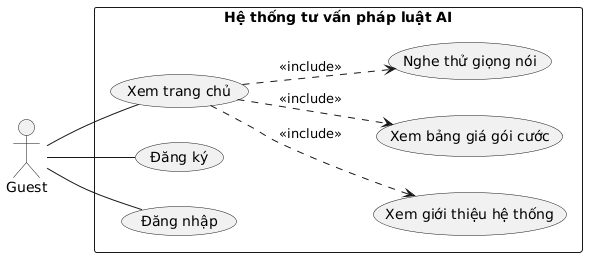
Above: temp/00-UseCase/UML-UseCase-overview.png in 20206205Tech/docs-uml (PlantUML), before the change.
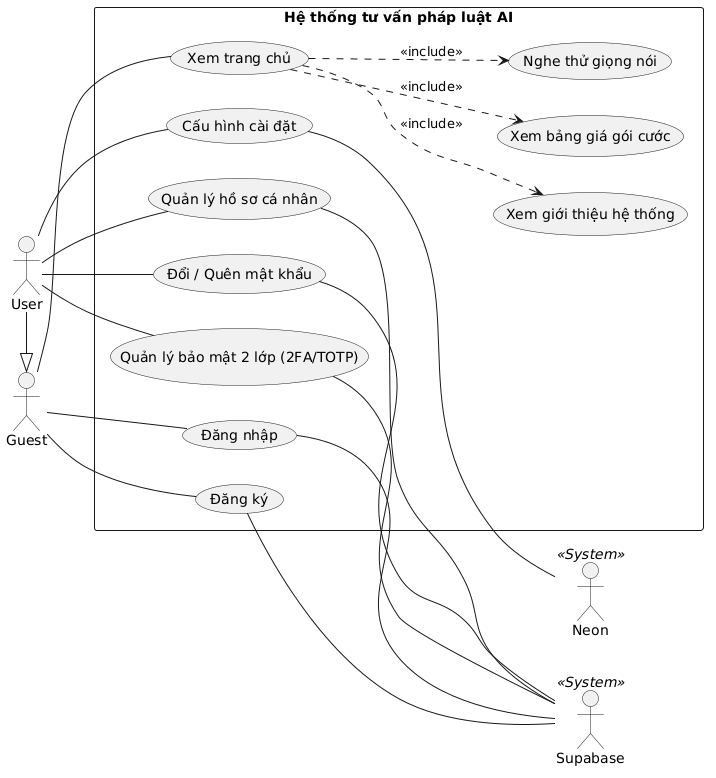
The same diagram one commit later.

Diff of the diagram source:
```diff
@@ -3,7 +3,16 @@
 skinparam packageStyle rectangle
 skinparam shadowing false
 
+actor "User" as User
 actor "Guest" as Guest
+
+actor "Supabase"   as Supabase   << System >>
+actor "Neon"       as Neon       << System >>
+
+
+User  -|> Guest
+
+
 
 rectangle "Hệ thống tư vấn pháp luật AI" {
   usecase "Xem trang chủ" as UC_Home
@@ -13,6 +22,11 @@
   usecase "Đăng ký" as UC_Register
   usecase "Đăng nhập" as UC_Login
 
+  usecase "Quản lý bảo mật 2 lớp (2FA/TOTP)" as UC_MFA
+  usecase "Quản lý hồ sơ cá nhân" as UC_Profile
+  usecase "Đổi / Quên mật khẩu" as UC_Password
+  usecase "Cấu hình cài đặt" as UC_Settings
+
   UC_Home ..> UC_Intro : <<include>>
   UC_Home ..> UC_Pricing : <<include>>
   UC_Home ..> UC_SampleVoice : <<include>>
@@ -21,4 +35,16 @@
 Guest -- UC_Home
 Guest -- UC_Register
 Guest -- UC_Login
+
+User -- UC_MFA
+User -- UC_Profile
+User -- UC_Password
+User -- UC_Settings
+
+UC_Register -- Supabase
+UC_Login -- Supabase
+UC_MFA -- Supabase
+UC_Profile -- Supabase
+UC_Password -- Supabase
+UC_Settings -- Neon
 @enduml
```
